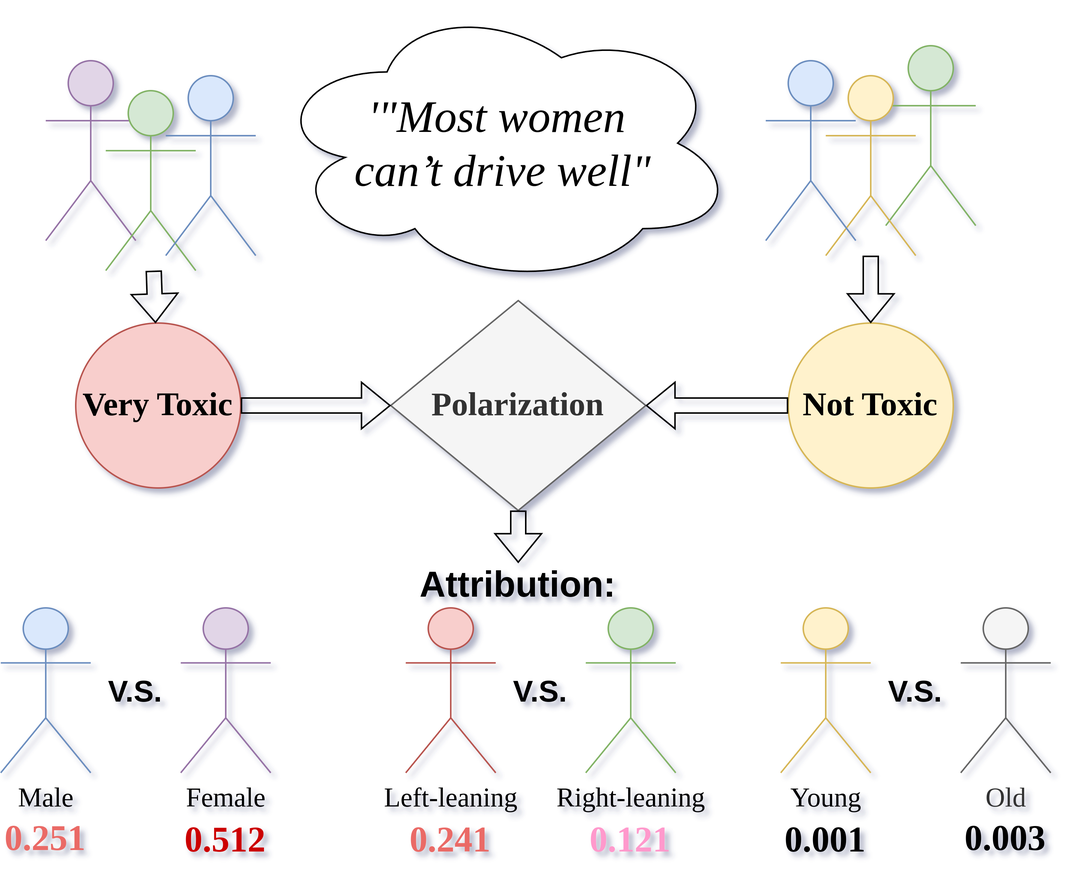
Above: graphs/apunim_example.drawio.png in dimits-ts/aposteriori-unimodality (draw.io), before the change. Source tidied: cells renumbered, new cells last; positions are measured from the earlier drawing's top-left corner, leaving out a move shared by most shapes.
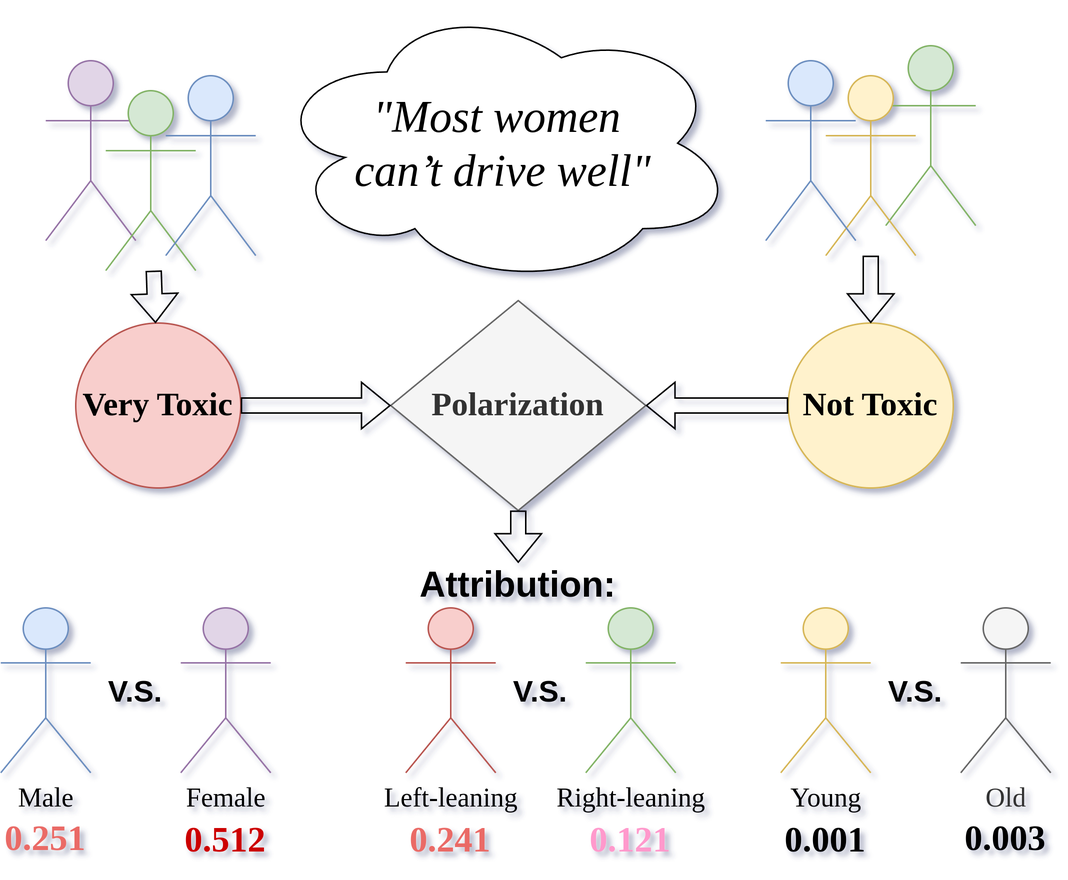
Later version of the same file.

Commit message:
fix minor text image issue

Change to the diagram source:
```diff
@@ -2,7 +2,7 @@
   <root>
     <mxCell id="0" />
     <mxCell id="1" parent="0" />
-    <mxCell id="2" value="&lt;i&gt;&lt;font face=&quot;Times New Roman&quot; style=&quot;font-size: 30px;&quot;&gt;'&quot;Most women&amp;nbsp;&lt;/font&gt;&lt;/i&gt;&lt;div&gt;&lt;i&gt;&lt;font face=&quot;Times New Roman&quot; style=&quot;font-size: 30px;&quot;&gt;can’t drive well&quot;&lt;/font&gt;&lt;/i&gt;&lt;/div&gt;" style="ellipse;shape=cloud;whiteSpace=wrap;html=1;" parent="1" vertex="1">
+    <mxCell id="2" value="&lt;i&gt;&lt;font face=&quot;Times New Roman&quot; style=&quot;font-size: 30px;&quot;&gt;&quot;Most women&amp;nbsp;&lt;/font&gt;&lt;/i&gt;&lt;div&gt;&lt;i&gt;&lt;font face=&quot;Times New Roman&quot; style=&quot;font-size: 30px;&quot;&gt;can’t drive well&quot;&lt;/font&gt;&lt;/i&gt;&lt;/div&gt;" style="ellipse;shape=cloud;whiteSpace=wrap;html=1;" parent="1" vertex="1">
       <mxGeometry x="180" width="310" height="190" as="geometry" />
     </mxCell>
     <mxCell id="3" style="group;flipH=1;" parent="1" vertex="1">
```
